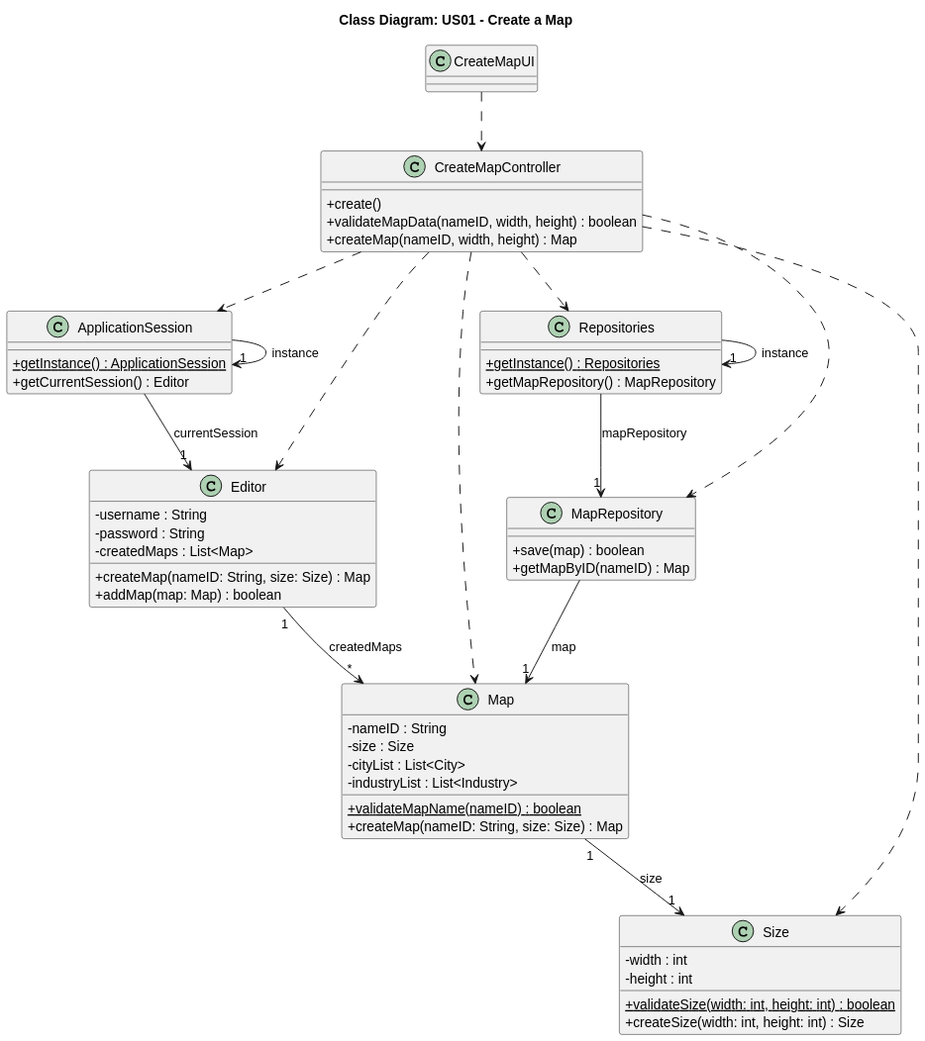
Above: docs/system-documentation/Sprint 3/US01/03.design/svg/US01-CD.svg in HenriqueSilva18/Railway-Network-Simulator (PlantUML), before the change.
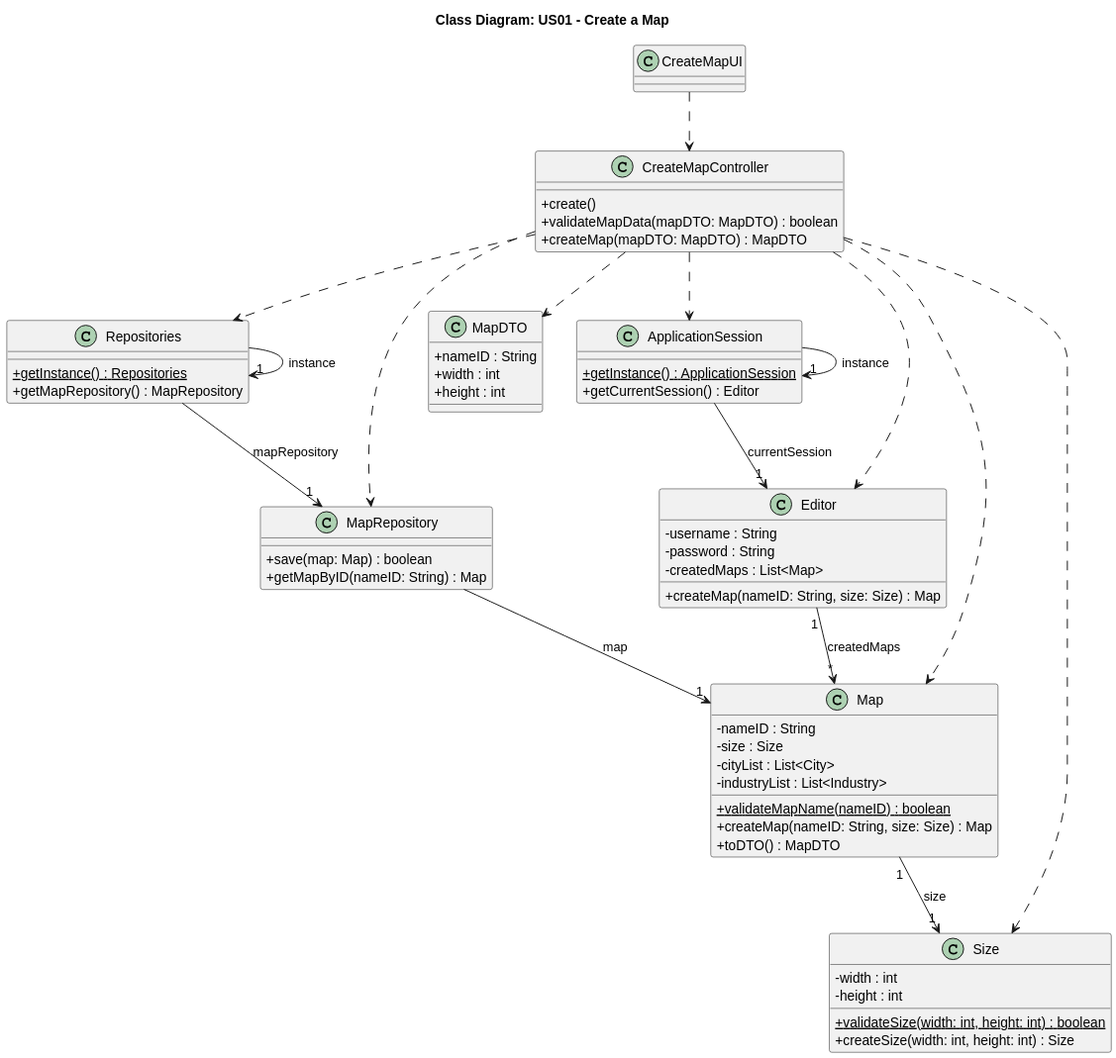
Later version of the same file.

The edit, as a diff of the source:
```diff
@@ -10,24 +10,17 @@
 
 class CreateMapController {
     + create()
-    + validateMapData(nameID, width, height) : boolean
-    + createMap(nameID, width, height) : Map
+    + validateMapData(mapDTO: MapDTO) : boolean
+    + createMap(mapDTO: MapDTO) : MapDTO
 }
 
-class MapRepository {
-    + save(map) : boolean
-    + getMapByID(nameID) : Map
+class MapDTO {
+        + nameID : String
+    + width : int
+    + height : int
 }
 
-class Repositories {
-    + {static} getInstance() : Repositories
-    + getMapRepository() : MapRepository
-}
 
-class ApplicationSession {
-    + {static} getInstance() : ApplicationSession
-    + getCurrentSession() : Editor
-}
 
     class Map {
         - nameID : String
@@ -37,6 +30,7 @@
 
         + {static} validateMapName(nameID) : boolean
         + createMap(nameID: String, size: Size) : Map
+        + toDTO() : MapDTO
     }
 
 class Size {
@@ -53,11 +47,26 @@
     - createdMaps : List<Map>
 
     + createMap(nameID: String, size: Size) : Map
-    + addMap(map: Map) : boolean
 }
 
+    class MapRepository {
+        + save(map: Map) : boolean
+        + getMapByID(nameID: String) : Map
+    }
+
+    class Repositories {
+        + {static} getInstance() : Repositories
+        + getMapRepository() : MapRepository
+    }
+
+    class ApplicationSession {
+        + {static} getInstance() : ApplicationSession
+        + getCurrentSession() : Editor
+    }
+
+
 CreateMapUI ..> CreateMapController
-
+CreateMapController ..> MapDTO
 CreateMapController ..> MapRepository
 CreateMapController ..> Repositories
 CreateMapController ..> ApplicationSession
```
